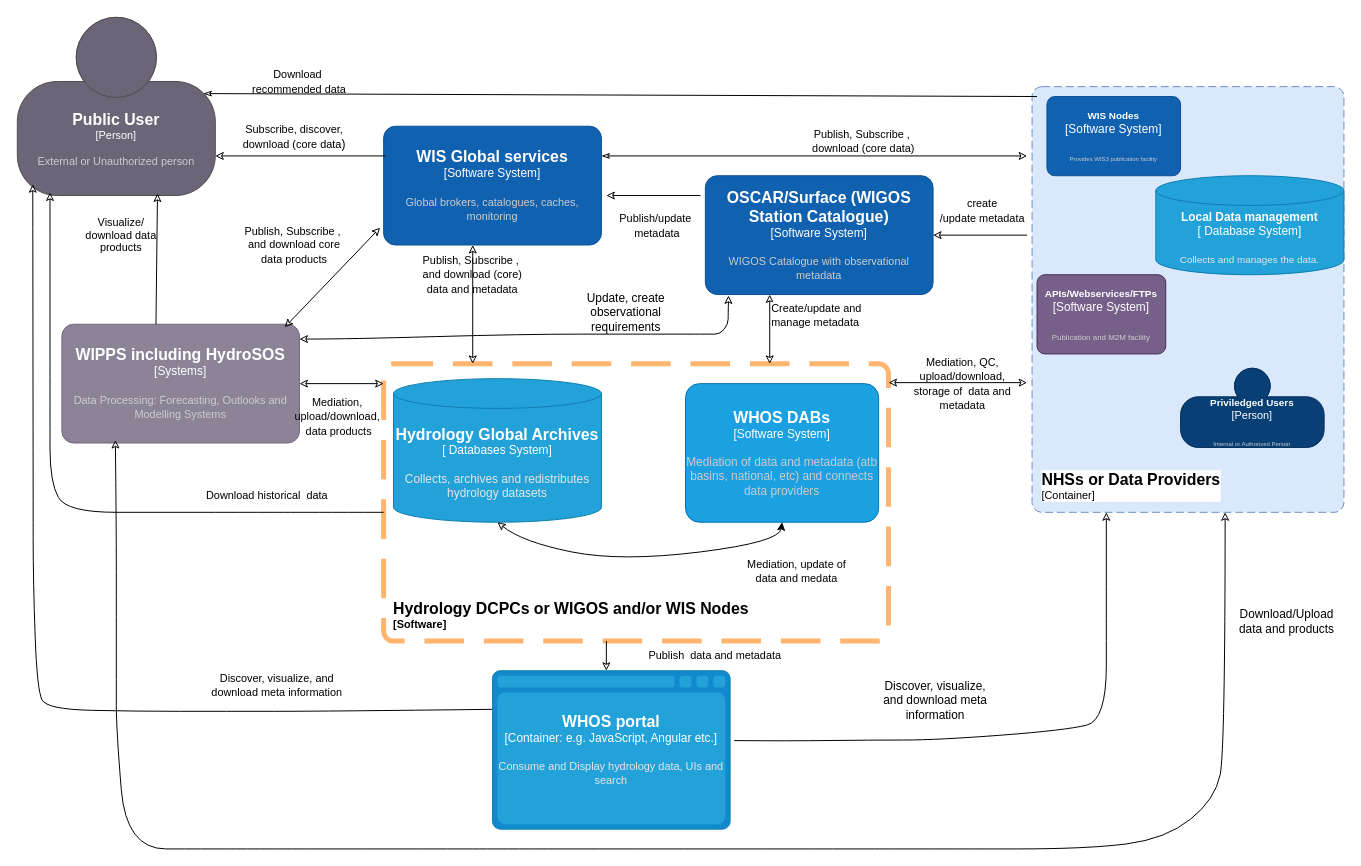
Before: page "WHOS Architecture_V2" (4 of 13) of whos-architecture/WHOS New.drawio in wmo-im/tt-w4h, a draw.io diagram. Source tidied: cells renumbered, new cells numbered last; positions are measured from the earlier drawing's top-left corner, leaving out a move shared by most shapes. Both pictures are drawn from the tidied source at 99%, with x=0, y=0 at pixel (17, 17).
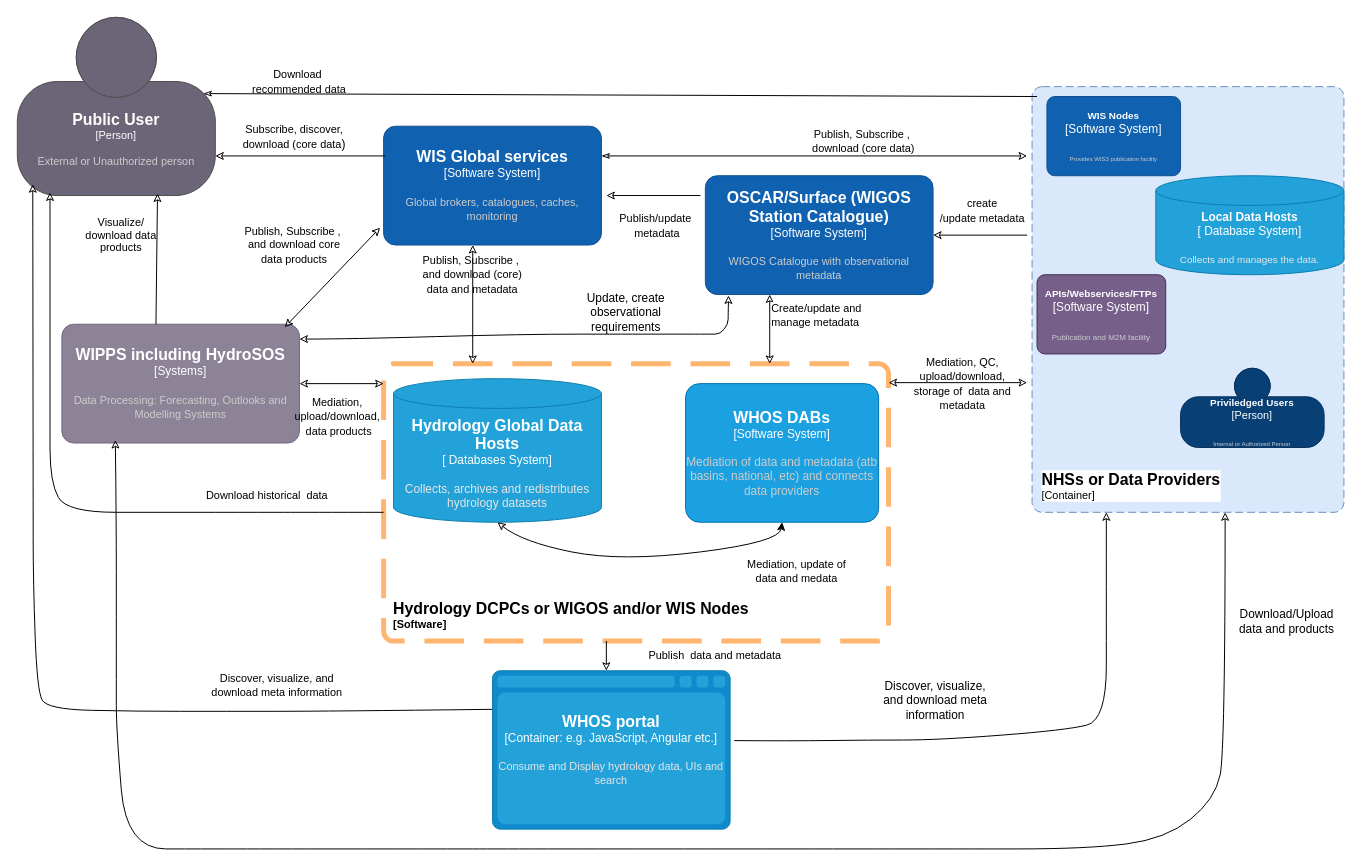
The same diagram, later.

Diff of the diagram source:
```diff
@@
-    <object id="6" label="&lt;font style=&quot;font-size: 12px&quot;&gt;&lt;b&gt;%c4Name%&lt;/b&gt;&lt;/font&gt;&lt;div&gt;[&amp;nbsp;%c4Technology%]&lt;/div&gt;&lt;br&gt;&lt;div&gt;&lt;font style=&quot;font-size: 10px&quot;&gt;&lt;font color=&quot;#E6E6E6&quot;&gt;%c4Description%&lt;/font&gt;&lt;/div&gt;" c4Description="Collects and manages the data." c4Name="Local Data management" c4Technology="Database System" placeholders="1">
+    <object id="6" label="&lt;font style=&quot;font-size: 12px&quot;&gt;&lt;b&gt;%c4Name%&lt;/b&gt;&lt;/font&gt;&lt;div&gt;[&amp;nbsp;%c4Technology%]&lt;/div&gt;&lt;br&gt;&lt;div&gt;&lt;font style=&quot;font-size: 10px&quot;&gt;&lt;font color=&quot;#E6E6E6&quot;&gt;%c4Description%&lt;/font&gt;&lt;/div&gt;" c4Description="Collects and manages the data." c4Name="Local Data Hosts" c4Technology="Database System" placeholders="1">
       <mxCell style="shape=cylinder3;size=15;whiteSpace=wrap;html=1;boundedLbl=1;rounded=0;labelBackgroundColor=none;fillColor=#23A2D9;fontSize=12;fontColor=#ffffff;align=center;strokeColor=#0E7DAD;" parent="1" vertex="1">
         <mxGeometry x="1150" y="160" width="190" height="100" as="geometry" />
       </mxCell>
     </object>
@@
-    <object id="47" label="&lt;font style=&quot;font-size: 16px&quot;&gt;&lt;b&gt;%c4Name%&lt;/b&gt;&lt;/font&gt;&lt;div&gt;[&amp;nbsp;%c4Technology%]&lt;/div&gt;&lt;br&gt;&lt;div&gt;&lt;font style=&quot;font-size: 12px&quot;&gt;&lt;font color=&quot;#E6E6E6&quot;&gt;%c4Description%&lt;/font&gt;&lt;/div&gt;" c4Description="Collects, archives and redistributes hydrology datasets" c4Name="Hydrology Global Archives" c4Technology="Databases System" placeholders="1">
+    <object id="47" label="&lt;font style=&quot;font-size: 16px&quot;&gt;&lt;b&gt;%c4Name%&lt;/b&gt;&lt;/font&gt;&lt;div&gt;[&amp;nbsp;%c4Technology%]&lt;/div&gt;&lt;br&gt;&lt;div&gt;&lt;font style=&quot;font-size: 12px&quot;&gt;&lt;font color=&quot;#E6E6E6&quot;&gt;%c4Description%&lt;/font&gt;&lt;/div&gt;" c4Description="Collects, archives and redistributes hydrology datasets" c4Name="Hydrology Global Data Hosts" c4Technology="Databases System" placeholders="1">
       <mxCell style="shape=cylinder3;size=15;whiteSpace=wrap;html=1;boundedLbl=1;rounded=0;labelBackgroundColor=none;fillColor=#23A2D9;fontSize=12;fontColor=#ffffff;align=center;strokeColor=#0E7DAD;points=[[0.5,0,0],[1,0.25,0],[1,0.5,0],[1,0.75,0],[0.5,1,0],[0,0.75,0],[0,0.5,0],[0,0.25,0]];" parent="1" vertex="1">
         <mxGeometry x="380" y="365" width="210" height="145" as="geometry" />
       </mxCell>
     </object>
```
